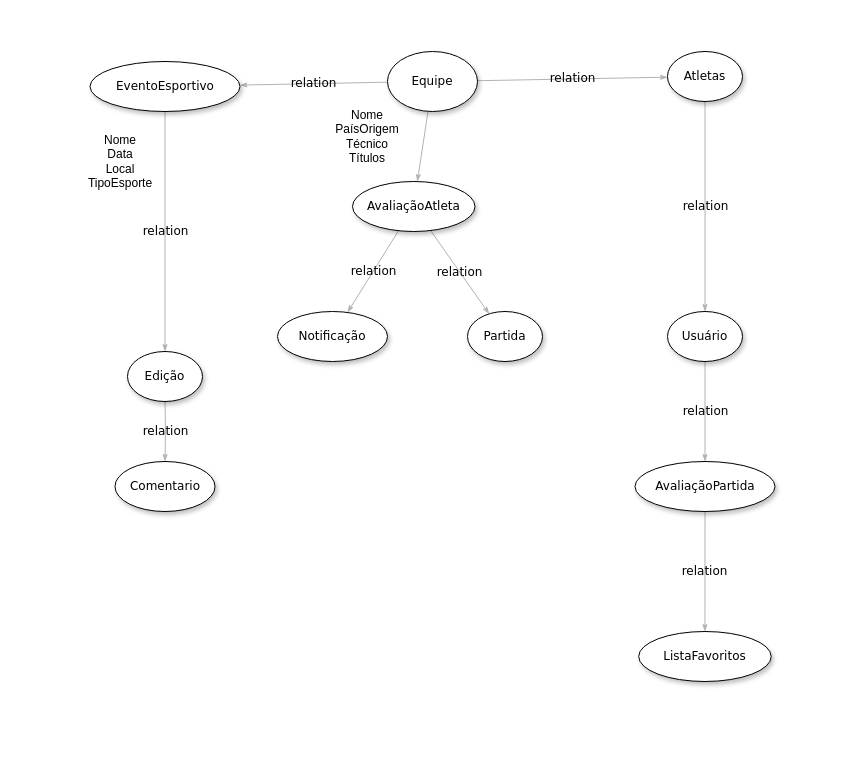
Above: grafo.drawio in SamanthaMiyahira/miniEP6 (draw.io), before the change. Source tidied: cells renumbered, new cells numbered last; positions are measured from the earlier drawing's top-left corner, leaving out a move shared by most shapes. Both pictures are drawn from the tidied source at 100%, with x=0, y=0 at pixel (89, 51).
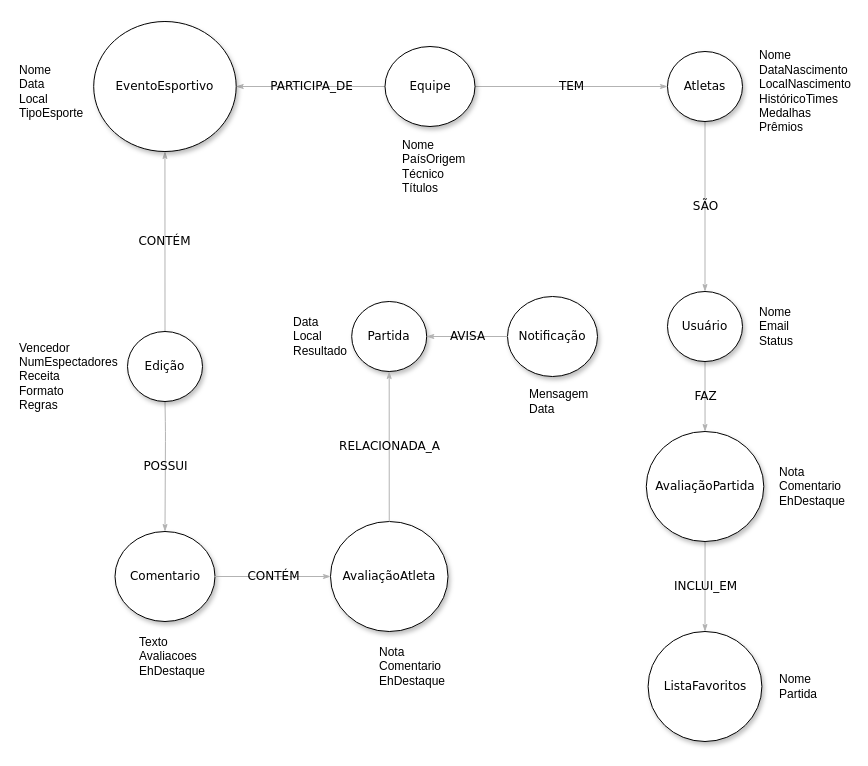
The same page after the edit.

The edit, as a diff of the source:
```diff
@@
-    <mxCell id="2" style="edgeStyle=none;rounded=1;html=1;labelBackgroundColor=none;startArrow=none;startFill=0;startSize=5;endArrow=classicThin;endFill=1;endSize=5;jettySize=auto;strokeColor=#B3B3B3;strokeWidth=1;fontFamily=Verdana;fontSize=12;" parent="1" edge="1" source="5" target="8">
-      <mxGeometry relative="1" as="geometry" />
-    </mxCell>
-    <mxCell id="3" value="relation" style="edgeStyle=none;rounded=1;html=1;labelBackgroundColor=none;startArrow=none;startFill=0;startSize=5;endArrow=classicThin;endFill=1;endSize=5;jettySize=auto;strokeColor=#B3B3B3;strokeWidth=1;fontFamily=Verdana;fontSize=12;" parent="1" edge="1" source="5" target="19">
+    <mxCell id="3" value="PARTICIPA_DE" style="edgeStyle=none;rounded=1;html=1;labelBackgroundColor=none;startArrow=none;startFill=0;startSize=5;endArrow=classicThin;endFill=1;endSize=5;jettySize=auto;strokeColor=#B3B3B3;strokeWidth=1;fontFamily=Verdana;fontSize=12;" parent="1" edge="1" source="5" target="19">
       <mxGeometry relative="1" as="geometry" />
     </mxCell>
-    <mxCell id="4" value="relation" style="edgeStyle=none;rounded=1;html=1;labelBackgroundColor=none;startArrow=none;startFill=0;startSize=5;endArrow=classicThin;endFill=1;endSize=5;jettySize=auto;strokeColor=#B3B3B3;strokeWidth=1;fontFamily=Verdana;fontSize=12;" parent="1" edge="1" source="5" target="10">
+    <mxCell id="4" value="TEM" style="edgeStyle=none;rounded=1;html=1;labelBackgroundColor=none;startArrow=none;startFill=0;startSize=5;endArrow=classicThin;endFill=1;endSize=5;jettySize=auto;strokeColor=#B3B3B3;strokeWidth=1;fontFamily=Verdana;fontSize=12;" parent="1" edge="1" source="5" target="10">
       <mxGeometry relative="1" as="geometry" />
     </mxCell>
     <mxCell id="5" value="Equipe" style="ellipse;whiteSpace=wrap;html=1;rounded=0;shadow=1;comic=0;labelBackgroundColor=none;strokeWidth=1;fontFamily=Verdana;fontSize=12;align=center;" parent="1" vertex="1">
-      <mxGeometry x="298" width="90" height="60" as="geometry" />
+      <mxGeometry x="295.5" y="-5" width="90" height="80" as="geometry" />
     </mxCell>
-    <mxCell id="6" value="relation" style="edgeStyle=none;rounded=1;html=1;labelBackgroundColor=none;startArrow=none;startFill=0;startSize=5;endArrow=classicThin;endFill=1;endSize=5;jettySize=auto;strokeColor=#B3B3B3;strokeWidth=1;fontFamily=Verdana;fontSize=12;" parent="1" edge="1" source="8" target="16">
-      <mxGeometry relative="1" as="geometry" />
-    </mxCell>
-    <mxCell id="7" value="relation" style="edgeStyle=none;rounded=1;html=1;labelBackgroundColor=none;startArrow=none;startFill=0;startSize=5;endArrow=classicThin;endFill=1;endSize=5;jettySize=auto;strokeColor=#B3B3B3;strokeWidth=1;fontFamily=Verdana;fontSize=12;" parent="1" edge="1" source="8" target="15">
-      <mxGeometry relative="1" as="geometry" />
-    </mxCell>
     <mxCell id="8" value="&lt;span&gt;AvaliaçãoAtleta&lt;/span&gt;" style="ellipse;whiteSpace=wrap;html=1;rounded=0;shadow=1;comic=0;labelBackgroundColor=none;strokeWidth=1;fontFamily=Verdana;fontSize=12;align=center;" parent="1" vertex="1">
-      <mxGeometry x="263" y="130" width="122.5" height="50" as="geometry" />
+      <mxGeometry x="241" y="470" width="117.5" height="110" as="geometry" />
     </mxCell>
-    <mxCell id="9" value="relation" style="edgeStyle=none;rounded=1;html=1;labelBackgroundColor=none;startArrow=none;startFill=0;startSize=5;endArrow=classicThin;endFill=1;endSize=5;jettySize=auto;strokeColor=#B3B3B3;strokeWidth=1;fontFamily=Verdana;fontSize=12;" parent="1" edge="1" source="10" target="12">
+    <mxCell id="9" value="SÃO" style="edgeStyle=none;rounded=1;html=1;labelBackgroundColor=none;startArrow=none;startFill=0;startSize=5;endArrow=classicThin;endFill=1;endSize=5;jettySize=auto;strokeColor=#B3B3B3;strokeWidth=1;fontFamily=Verdana;fontSize=12;" parent="1" edge="1" source="10" target="12">
       <mxGeometry relative="1" as="geometry" />
     </mxCell>
     <mxCell id="10" value="&lt;span&gt;Atletas&lt;/span&gt;" style="ellipse;whiteSpace=wrap;html=1;rounded=0;shadow=1;comic=0;labelBackgroundColor=none;strokeWidth=1;fontFamily=Verdana;fontSize=12;align=center;" parent="1" vertex="1">
-      <mxGeometry x="578" width="75" height="50" as="geometry" />
+      <mxGeometry x="578" width="75" height="70" as="geometry" />
     </mxCell>
-    <mxCell id="11" value="relation" style="edgeStyle=none;rounded=1;html=1;labelBackgroundColor=none;startArrow=none;startFill=0;startSize=5;endArrow=classicThin;endFill=1;endSize=5;jettySize=auto;strokeColor=#B3B3B3;strokeWidth=1;fontFamily=Verdana;fontSize=12;" parent="1" edge="1" source="12" target="14">
+    <mxCell id="11" value="FAZ" style="edgeStyle=none;rounded=1;html=1;labelBackgroundColor=none;startArrow=none;startFill=0;startSize=5;endArrow=classicThin;endFill=1;endSize=5;jettySize=auto;strokeColor=#B3B3B3;strokeWidth=1;fontFamily=Verdana;fontSize=12;" parent="1" edge="1" source="12" target="14">
       <mxGeometry relative="1" as="geometry" />
     </mxCell>
     <mxCell id="12" value="&lt;span&gt;Usuário&lt;/span&gt;" style="ellipse;whiteSpace=wrap;html=1;rounded=0;shadow=1;comic=0;labelBackgroundColor=none;strokeWidth=1;fontFamily=Verdana;fontSize=12;align=center;" parent="1" vertex="1">
-      <mxGeometry x="578" y="260" width="75" height="50" as="geometry" />
+      <mxGeometry x="578" y="240" width="75" height="70" as="geometry" />
     </mxCell>
-    <mxCell id="13" value="relation" style="edgeStyle=none;rounded=1;html=1;labelBackgroundColor=none;startArrow=none;startFill=0;startSize=5;endArrow=classicThin;endFill=1;endSize=5;jettySize=auto;strokeColor=#B3B3B3;strokeWidth=1;fontFamily=Verdana;fontSize=12;" parent="1" edge="1" source="14" target="17">
+    <mxCell id="13" value="INCLUI_EM" style="edgeStyle=none;rounded=1;html=1;labelBackgroundColor=none;startArrow=none;startFill=0;startSize=5;endArrow=classicThin;endFill=1;endSize=5;jettySize=auto;strokeColor=#B3B3B3;strokeWidth=1;fontFamily=Verdana;fontSize=12;" parent="1" edge="1" source="14" target="17">
       <mxGeometry relative="1" as="geometry" />
     </mxCell>
     <mxCell id="14" value="&lt;span&gt;AvaliaçãoPartida&lt;/span&gt;" style="ellipse;whiteSpace=wrap;html=1;rounded=0;shadow=1;comic=0;labelBackgroundColor=none;strokeWidth=1;fontFamily=Verdana;fontSize=12;align=center;" parent="1" vertex="1">
-      <mxGeometry x="545.5" y="410" width="140" height="50" as="geometry" />
+      <mxGeometry x="556.8" y="380" width="117.5" height="110" as="geometry" />
     </mxCell>
     <mxCell id="15" value="&lt;span&gt;Partida&lt;/span&gt;" style="ellipse;whiteSpace=wrap;html=1;rounded=0;shadow=1;comic=0;labelBackgroundColor=none;strokeWidth=1;fontFamily=Verdana;fontSize=12;align=center;" parent="1" vertex="1">
-      <mxGeometry x="378" y="260" width="75" height="50" as="geometry" />
+      <mxGeometry x="262.2" y="250" width="75" height="70" as="geometry" />
     </mxCell>
     <mxCell id="16" value="&lt;span&gt;Notificação&lt;/span&gt;" style="ellipse;whiteSpace=wrap;html=1;rounded=0;shadow=1;comic=0;labelBackgroundColor=none;strokeWidth=1;fontFamily=Verdana;fontSize=12;align=center;" parent="1" vertex="1">
-      <mxGeometry x="188" y="260" width="110" height="50" as="geometry" />
+      <mxGeometry x="418" y="245" width="90" height="80" as="geometry" />
     </mxCell>
     <mxCell id="17" value="ListaFavoritos" style="ellipse;whiteSpace=wrap;html=1;rounded=0;shadow=1;comic=0;labelBackgroundColor=none;strokeWidth=1;fontFamily=Verdana;fontSize=12;align=center;" parent="1" vertex="1">
-      <mxGeometry x="549.2" y="580" width="132.5" height="50" as="geometry" />
+      <mxGeometry x="558.6" y="580" width="113.8" height="110" as="geometry" />
     </mxCell>
-    <mxCell id="18" value="relation" style="edgeStyle=none;rounded=1;html=1;labelBackgroundColor=none;startArrow=none;startFill=0;startSize=5;endArrow=classicThin;endFill=1;endSize=5;jettySize=auto;strokeColor=#B3B3B3;strokeWidth=1;fontFamily=Verdana;fontSize=12;" parent="1" edge="1" source="19" target="21">
+    <mxCell id="18" value="CONTÉM" style="edgeStyle=none;rounded=1;html=1;labelBackgroundColor=none;startArrow=none;startFill=0;startSize=5;endArrow=classicThin;endFill=1;endSize=5;jettySize=auto;strokeColor=#B3B3B3;strokeWidth=1;fontFamily=Verdana;fontSize=12;" parent="1" edge="1" source="21" target="19">
       <mxGeometry relative="1" as="geometry" />
     </mxCell>
     <mxCell id="19" value="EventoEsportivo" style="ellipse;whiteSpace=wrap;html=1;rounded=0;shadow=1;comic=0;labelBackgroundColor=none;strokeWidth=1;fontFamily=Verdana;fontSize=12;align=center;" parent="1" vertex="1">
-      <mxGeometry x="0.5" y="10" width="150" height="50" as="geometry" />
+      <mxGeometry x="4.2" y="-30" width="142.5" height="130" as="geometry" />
     </mxCell>
-    <mxCell id="20" value="relation" style="edgeStyle=none;rounded=1;html=1;labelBackgroundColor=none;startArrow=none;startFill=0;startSize=5;endArrow=classicThin;endFill=1;endSize=5;jettySize=auto;strokeColor=#B3B3B3;strokeWidth=1;fontFamily=Verdana;fontSize=12;" parent="1" edge="1" source="21" target="22">
+    <mxCell id="20" value="POSSUI" style="edgeStyle=none;rounded=1;html=1;labelBackgroundColor=none;startArrow=none;startFill=0;startSize=5;endArrow=classicThin;endFill=1;endSize=5;jettySize=auto;strokeColor=#B3B3B3;strokeWidth=1;fontFamily=Verdana;fontSize=12;" parent="1" edge="1" source="21" target="22">
       <mxGeometry relative="1" as="geometry">
         <Array as="points">
           <mxPoint x="76" y="380" />
         </Array>
       </mxGeometry>
     </mxCell>
     <mxCell id="21" value="&lt;span&gt;Edição&lt;/span&gt;" style="ellipse;whiteSpace=wrap;html=1;rounded=0;shadow=1;comic=0;labelBackgroundColor=none;strokeWidth=1;fontFamily=Verdana;fontSize=12;align=center;" parent="1" vertex="1">
-      <mxGeometry x="38" y="300" width="75" height="50" as="geometry" />
+      <mxGeometry x="38" y="280" width="75" height="70" as="geometry" />
     </mxCell>
     <mxCell id="22" value="&lt;span&gt;Comentario&lt;/span&gt;" style="ellipse;whiteSpace=wrap;html=1;rounded=0;shadow=1;comic=0;labelBackgroundColor=none;strokeWidth=1;fontFamily=Verdana;fontSize=12;align=center;" parent="1" vertex="1">
-      <mxGeometry x="25.5" y="410" width="100" height="50" as="geometry" />
+      <mxGeometry x="25.5" y="480" width="100" height="90" as="geometry" />
     </mxCell>
-    <mxCell id="23" value="Nome&lt;br&gt;Data&lt;br&gt;Local&lt;br&gt;TipoEsporte" style="text;html=1;align=center;verticalAlign=middle;whiteSpace=wrap;rounded=0;" parent="1" vertex="1">
-      <mxGeometry x="0.5" y="70" width="60" height="80" as="geometry" />
+    <mxCell id="23" value="Nome&lt;br&gt;Data&lt;br&gt;Local&lt;br&gt;TipoEsporte" style="text;html=1;align=left;verticalAlign=middle;whiteSpace=wrap;rounded=0;" parent="1" vertex="1">
+      <mxGeometry x="-72" width="60" height="80" as="geometry" />
     </mxCell>
-    <mxCell id="24" value="Nome&lt;br&gt;PaísOrigem&lt;br&gt;Técnico&lt;br&gt;Títulos" style="text;html=1;align=center;verticalAlign=middle;whiteSpace=wrap;rounded=0;" parent="1" vertex="1">
-      <mxGeometry x="248" y="50" width="60" height="70" as="geometry" />
+    <mxCell id="24" value="Nome&lt;br&gt;PaísOrigem&lt;br&gt;Técnico&lt;br&gt;Títulos" style="text;html=1;align=left;verticalAlign=middle;whiteSpace=wrap;rounded=0;" parent="1" vertex="1">
+      <mxGeometry x="310.5" y="80" width="60" height="70" as="geometry" />
     </mxCell>
+    <mxCell id="25" value="Nome&lt;br&gt;DataNascimento&lt;br&gt;LocalNascimento&lt;br&gt;HistóricoTimes&lt;br&gt;Medalhas&lt;br&gt;Prêmios" style="text;html=1;align=left;verticalAlign=middle;whiteSpace=wrap;rounded=0;" parent="1" vertex="1">
+      <mxGeometry x="668" y="25" width="60" height="30" as="geometry" />
+    </mxCell>
+    <mxCell id="26" value="Nome&lt;br&gt;Email&lt;br&gt;Status" style="text;html=1;align=left;verticalAlign=middle;whiteSpace=wrap;rounded=0;" parent="1" vertex="1">
+      <mxGeometry x="668" y="260" width="60" height="30" as="geometry" />
+    </mxCell>
+    <mxCell id="27" value="Nota&lt;br&gt;Comentario&lt;br&gt;EhDestaque" style="text;html=1;align=left;verticalAlign=middle;whiteSpace=wrap;rounded=0;" parent="1" vertex="1">
+      <mxGeometry x="688" y="420" width="60" height="30" as="geometry" />
+    </mxCell>
+    <mxCell id="28" value="Nome&lt;br&gt;Partida" style="text;html=1;align=left;verticalAlign=middle;whiteSpace=wrap;rounded=0;" parent="1" vertex="1">
+      <mxGeometry x="688" y="620" width="60" height="30" as="geometry" />
+    </mxCell>
+    <mxCell id="29" value="Mensagem&lt;br&gt;Data" style="text;html=1;align=left;verticalAlign=middle;whiteSpace=wrap;rounded=0;" parent="1" vertex="1">
+      <mxGeometry x="438" y="335" width="60" height="30" as="geometry" />
+    </mxCell>
+    <mxCell id="30" value="Data&lt;br&gt;Local&lt;br&gt;Resultado" style="text;html=1;align=left;verticalAlign=middle;whiteSpace=wrap;rounded=0;" parent="1" vertex="1">
+      <mxGeometry x="202.2" y="270" width="60" height="30" as="geometry" />
+    </mxCell>
+    <mxCell id="31" value="Nota&lt;br&gt;Comentario&lt;br&gt;EhDestaque" style="text;html=1;align=left;verticalAlign=middle;whiteSpace=wrap;rounded=0;" parent="1" vertex="1">
+      <mxGeometry x="288" y="600" width="60" height="30" as="geometry" />
+    </mxCell>
+    <mxCell id="32" value="Texto&lt;br&gt;Avaliacoes&lt;br&gt;EhDestaque" style="text;html=1;align=left;verticalAlign=middle;whiteSpace=wrap;rounded=0;" parent="1" vertex="1">
+      <mxGeometry x="48" y="590" width="90" height="30" as="geometry" />
+    </mxCell>
+    <mxCell id="33" value="Vencedor&lt;br&gt;NumEspectadores&lt;br&gt;Receita&lt;br&gt;Formato&lt;br&gt;Regras" style="text;html=1;align=left;verticalAlign=middle;whiteSpace=wrap;rounded=0;" parent="1" vertex="1">
+      <mxGeometry x="-72" y="310" width="60" height="30" as="geometry" />
+    </mxCell>
+    <mxCell id="34" value="CONTÉM" style="edgeStyle=none;rounded=1;html=1;labelBackgroundColor=none;startArrow=none;startFill=0;startSize=5;endArrow=classicThin;endFill=1;endSize=5;jettySize=auto;strokeColor=#B3B3B3;strokeWidth=1;fontFamily=Verdana;fontSize=12;exitX=1;exitY=0.5;exitDx=0;exitDy=0;entryX=0;entryY=0.5;entryDx=0;entryDy=0;" parent="1" edge="1" source="22" target="8">
+      <mxGeometry relative="1" as="geometry" />
+    </mxCell>
+    <mxCell id="7" value="RELACIONADA_A" style="edgeStyle=none;rounded=1;html=1;labelBackgroundColor=none;startArrow=none;startFill=0;startSize=5;endArrow=classicThin;endFill=1;endSize=5;jettySize=auto;strokeColor=#B3B3B3;strokeWidth=1;fontFamily=Verdana;fontSize=12;exitX=0.5;exitY=0;exitDx=0;exitDy=0;entryX=0.5;entryY=1;entryDx=0;entryDy=0;" parent="1" edge="1" source="8" target="15">
+      <mxGeometry relative="1" as="geometry" />
+    </mxCell>
+    <mxCell id="35" value="AVISA" style="edgeStyle=none;rounded=1;html=1;labelBackgroundColor=none;startArrow=none;startFill=0;startSize=5;endArrow=classicThin;endFill=1;endSize=5;jettySize=auto;strokeColor=#B3B3B3;strokeWidth=1;fontFamily=Verdana;fontSize=12;exitX=0;exitY=0.5;exitDx=0;exitDy=0;entryX=1;entryY=0.5;entryDx=0;entryDy=0;" parent="1" edge="1" source="16" target="15">
+      <mxGeometry relative="1" as="geometry" />
+    </mxCell>
```
